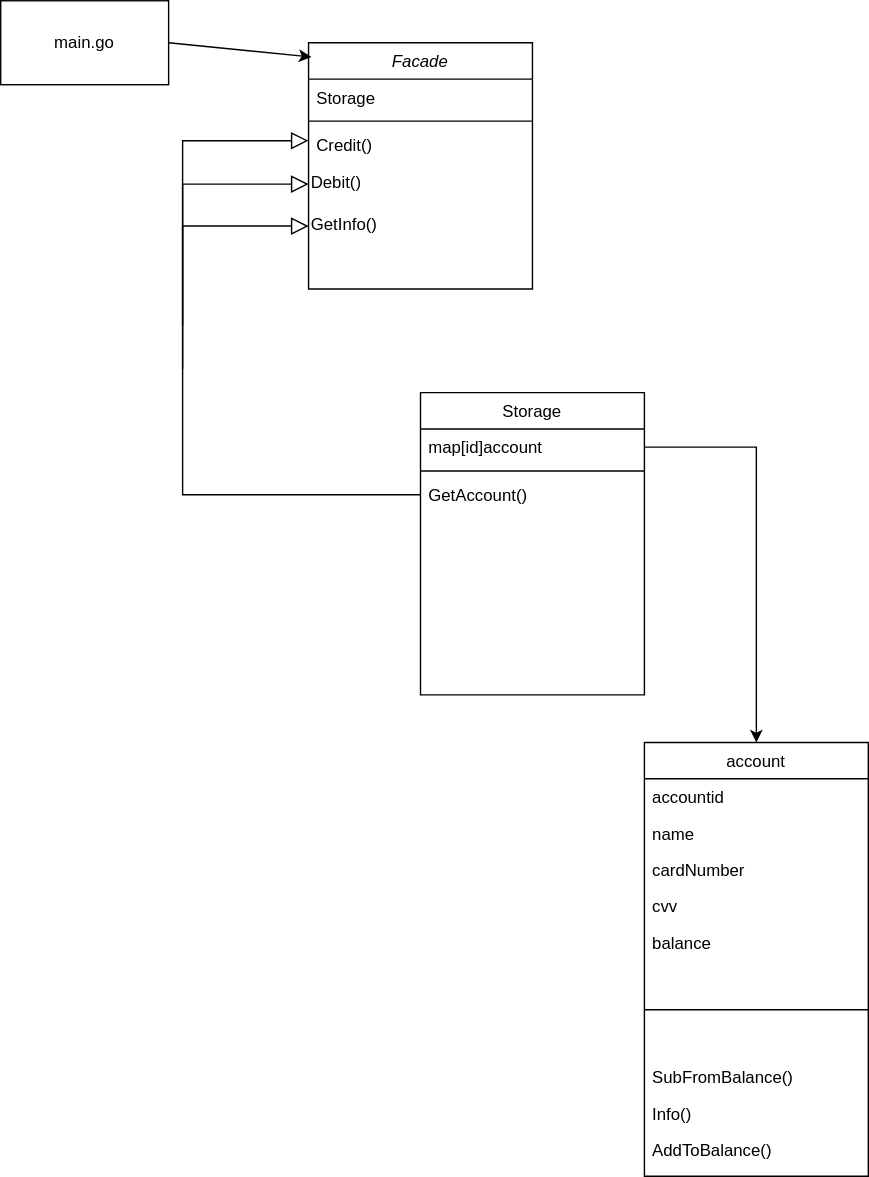
The draw.io diagram Facade.svg in LuLStackCoder/go-patterns, before a commit. Source tidied: cells renumbered, new cells last; positions are measured from the earlier drawing's top-left corner, leaving out a move shared by most shapes.
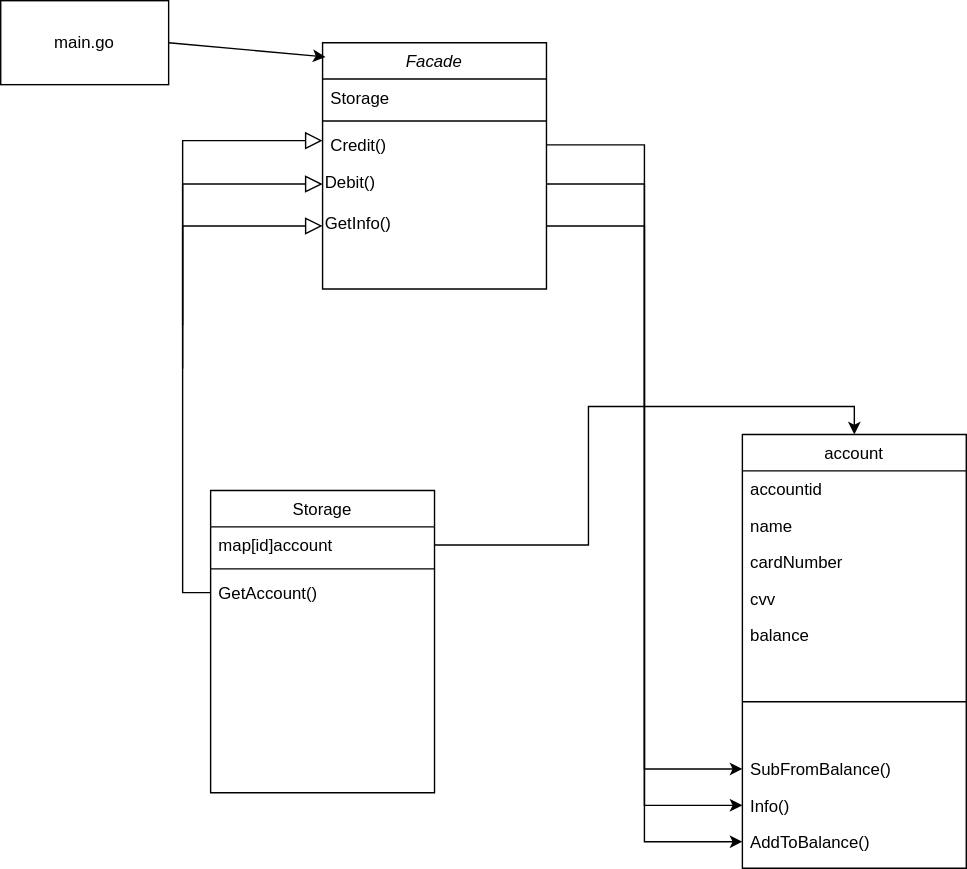
After the change.

What changed in the source:
```diff
@@ -3,7 +3,7 @@
     <mxCell id="0" />
     <mxCell id="1" parent="0" />
     <mxCell id="2" value="Facade&#10;" style="swimlane;fontStyle=2;align=center;verticalAlign=top;horizontal=1;startSize=26;rounded=0;shadow=0;strokeWidth=1;" parent="1" vertex="1">
-      <mxGeometry x="220" y="30" width="160" height="176" as="geometry" />
+      <mxGeometry x="230" y="30" width="160" height="176" as="geometry" />
     </mxCell>
     <mxCell id="3" value="Storage" style="text;align=left;verticalAlign=top;spacingLeft=4;spacingRight=4;overflow=hidden;" parent="2" vertex="1">
       <mxGeometry y="26" width="160" height="26" as="geometry" />
@@ -21,7 +21,7 @@
       <mxGeometry y="116" width="160" height="30" as="geometry" />
     </mxCell>
     <mxCell id="8" value="account" style="swimlane;fontStyle=0;align=center;verticalAlign=top;horizontal=1;startSize=26;rounded=0;shadow=0;strokeWidth=1;" parent="1" vertex="1">
-      <mxGeometry x="460" y="530" width="160" height="310" as="geometry" />
+      <mxGeometry x="530" y="310" width="160" height="310" as="geometry" />
     </mxCell>
     <mxCell id="9" value="accountid" style="text;align=left;verticalAlign=top;spacingLeft=4;spacingRight=4;overflow=hidden;" parent="8" vertex="1">
       <mxGeometry y="26" width="160" height="26" as="geometry" />
@@ -61,7 +61,7 @@
       </mxGeometry>
     </mxCell>
     <mxCell id="19" value="Storage" style="swimlane;fontStyle=0;align=center;verticalAlign=top;horizontal=1;startSize=26;rounded=0;shadow=0;strokeWidth=1;" parent="1" vertex="1">
-      <mxGeometry x="300" y="280" width="160" height="216" as="geometry" />
+      <mxGeometry x="150" y="350" width="160" height="216" as="geometry" />
     </mxCell>
     <mxCell id="20" value="map[id]account" style="text;align=left;verticalAlign=top;spacingLeft=4;spacingRight=4;overflow=hidden;points=[[0,0.5],[1,0.5]];portConstraint=eastwest;" parent="19" vertex="1">
       <mxGeometry y="26" width="160" height="26" as="geometry" />
@@ -82,6 +82,7 @@
       <mxGeometry relative="1" as="geometry">
         <mxPoint x="130" y="263" as="sourcePoint" />
         <Array as="points">
+          <mxPoint x="200" y="131" />
           <mxPoint x="190" y="131" />
           <mxPoint x="230" y="189" />
           <mxPoint x="220" y="200" />
@@ -89,10 +90,9 @@
         </Array>
       </mxGeometry>
     </mxCell>
-    <mxCell id="26" style="endArrow=block;endSize=10;endFill=0;shadow=0;strokeWidth=1;rounded=0;edgeStyle=elbowEdgeStyle;elbow=vertical;exitX=0;exitY=0.5;exitDx=0;exitDy=0;entryX=0;entryY=0.5;entryDx=0;entryDy=0;" parent="1" edge="1">
+    <mxCell id="26" style="endArrow=block;endSize=10;endFill=0;shadow=0;strokeWidth=1;rounded=0;edgeStyle=elbowEdgeStyle;elbow=vertical;exitX=0;exitY=0.5;exitDx=0;exitDy=0;" parent="1" edge="1" target="5">
       <mxGeometry relative="1" as="geometry">
         <mxPoint x="130" y="232" as="sourcePoint" />
-        <mxPoint x="220" y="100" as="targetPoint" />
         <Array as="points">
           <mxPoint x="190" y="100" />
           <mxPoint x="230" y="158" />
@@ -104,5 +104,14 @@
     <mxCell id="27" style="edgeStyle=orthogonalEdgeStyle;rounded=0;jettySize=auto;html=1;exitX=1;exitY=0.5;exitDx=0;exitDy=0;entryX=0.5;entryY=0;entryDx=0;entryDy=0;" parent="1" edge="1" source="20" target="8">
       <mxGeometry relative="1" as="geometry" />
     </mxCell>
+    <mxCell id="28" style="edgeStyle=orthogonalEdgeStyle;rounded=0;jettySize=auto;html=1;exitX=1;exitY=0.5;exitDx=0;exitDy=0;entryX=0;entryY=0.5;entryDx=0;entryDy=0;" parent="1" edge="1" source="5" target="17">
+      <mxGeometry relative="1" as="geometry" />
+    </mxCell>
+    <mxCell id="29" style="edgeStyle=orthogonalEdgeStyle;rounded=0;jettySize=auto;html=1;exitX=1;exitY=0.5;exitDx=0;exitDy=0;entryX=0;entryY=0.5;entryDx=0;entryDy=0;" parent="1" edge="1" source="6" target="15">
+      <mxGeometry relative="1" as="geometry" />
+    </mxCell>
+    <mxCell id="30" style="edgeStyle=orthogonalEdgeStyle;rounded=0;jettySize=auto;html=1;exitX=1;exitY=0.5;exitDx=0;exitDy=0;entryX=0;entryY=0.5;entryDx=0;entryDy=0;" parent="1" edge="1" source="7" target="16">
+      <mxGeometry relative="1" as="geometry" />
+    </mxCell>
   </root>
 </mxGraphModel>
```
